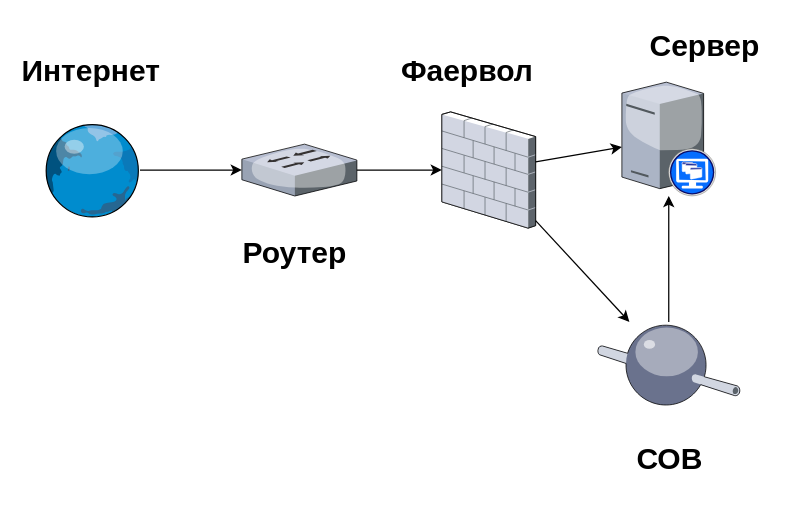
The draw.io diagram Диаграмма без названия.drawio in 1DeMeNToR1/RocketModUpdater_32, before the edit. Source tidied: cells renumbered, new cells numbered last; positions are measured from the earlier drawing's top-left corner, leaving out a move shared by most shapes. Both pictures are drawn from the tidied source at 125%, with x=0, y=0 at pixel (28, 21).
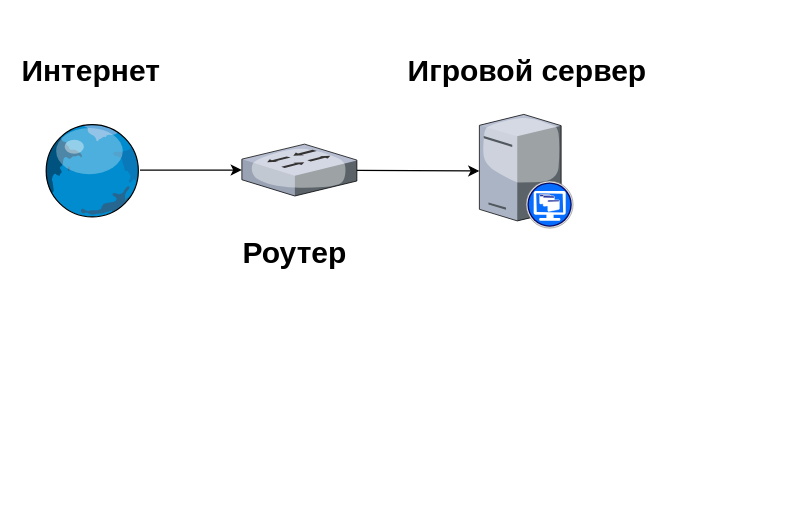
The same page after the edit.

The edit, as a diff of the source:
```diff
@@
 <mxGraphModel>
   <root>
     <mxCell id="0" />
     <mxCell id="1" parent="0" />
     <mxCell id="2" style="verticalLabelPosition=bottom;sketch=0;html=1;verticalAlign=top;strokeColor=none;align=center;outlineConnect=0;shape=mxgraph.citrix.globe;" parent="1" vertex="1">
       <mxGeometry x="11" y="81" width="78.5" height="75" as="geometry" />
     </mxCell>
     <mxCell id="3" style="verticalLabelPosition=bottom;sketch=0;html=1;verticalAlign=top;strokeColor=none;align=center;outlineConnect=0;shape=mxgraph.citrix.switch;" parent="1" vertex="1">
       <mxGeometry x="171" y="97.8" width="92" height="41.5" as="geometry" />
     </mxCell>
-    <mxCell id="4" style="verticalLabelPosition=bottom;sketch=0;html=1;verticalAlign=top;strokeColor=none;align=center;outlineConnect=0;shape=mxgraph.citrix.firewall;" parent="1" vertex="1">
-      <mxGeometry x="331" y="72" width="75" height="93" as="geometry" />
-    </mxCell>
-    <mxCell id="5" style="verticalLabelPosition=bottom;sketch=0;html=1;verticalAlign=top;strokeColor=none;align=center;outlineConnect=0;shape=mxgraph.citrix.middleware;" parent="1" vertex="1">
-      <mxGeometry x="455.5" y="240" width="114" height="68" as="geometry" />
-    </mxCell>
     <mxCell id="6" style="verticalLabelPosition=bottom;sketch=0;html=1;verticalAlign=top;strokeColor=none;align=center;outlineConnect=0;shape=mxgraph.citrix.xendesktop_server;" parent="1" vertex="1">
-      <mxGeometry x="475" y="48.2" width="75" height="91" as="geometry" />
+      <mxGeometry x="361" y="74" width="75" height="91" as="geometry" />
     </mxCell>
     <mxCell id="7" style="endArrow=classic;html=1;rounded=0;" parent="1" edge="1" source="2" target="3">
       <mxGeometry relative="1" as="geometry" />
     </mxCell>
-    <mxCell id="8" style="endArrow=classic;html=1;rounded=0;" parent="1" edge="1" source="4" target="5">
-      <mxGeometry relative="1" as="geometry" />
-    </mxCell>
-    <mxCell id="9" style="endArrow=classic;html=1;rounded=0;" parent="1" edge="1" source="3" target="4">
+    <mxCell id="9" style="endArrow=classic;html=1;rounded=0;" parent="1" edge="1" source="3" target="6">
       <mxGeometry relative="1" as="geometry" />
     </mxCell>
-    <mxCell id="10" style="endArrow=classic;html=1;rounded=0;" parent="1" edge="1" source="4" target="6">
-      <mxGeometry relative="1" as="geometry" />
-    </mxCell>
     <mxCell id="11" value="Интернет" style="text;strokeColor=none;fillColor=none;html=1;fontSize=24;fontStyle=1;verticalAlign=middle;align=center;" parent="1" vertex="1">
       <mxGeometry x="0.2" y="20" width="100" height="40" as="geometry" />
     </mxCell>
     <mxCell id="12" value="Роутер" style="text;strokeColor=none;fillColor=none;html=1;fontSize=24;fontStyle=1;verticalAlign=middle;align=center;" parent="1" vertex="1">
       <mxGeometry x="163" y="165" width="100" height="40" as="geometry" />
     </mxCell>
-    <mxCell id="13" value="Фаервол" style="text;strokeColor=none;fillColor=none;html=1;fontSize=24;fontStyle=1;verticalAlign=middle;align=center;" parent="1" vertex="1">
-      <mxGeometry x="301" y="20" width="100" height="40" as="geometry" />
-    </mxCell>
-    <mxCell id="14" value="СОВ" style="text;strokeColor=none;fillColor=none;html=1;fontSize=24;fontStyle=1;verticalAlign=middle;align=center;" parent="1" vertex="1">
-      <mxGeometry x="462.5" y="330" width="100" height="40" as="geometry" />
-    </mxCell>
-    <mxCell id="15" style="endArrow=classic;html=1;rounded=0;" parent="1" edge="1" source="5" target="6">
-      <mxGeometry relative="1" as="geometry" />
-    </mxCell>
-    <mxCell id="16" value="Сервер" style="text;strokeColor=none;fillColor=none;html=1;fontSize=24;fontStyle=1;verticalAlign=middle;align=center;" parent="1" vertex="1">
-      <mxGeometry x="491" width="100" height="40" as="geometry" />
+    <mxCell id="16" value="Игровой сервер" style="text;strokeColor=none;fillColor=none;html=1;fontSize=24;fontStyle=1;verticalAlign=middle;align=center;" parent="1" vertex="1">
+      <mxGeometry x="348.5" y="20" width="100" height="40" as="geometry" />
     </mxCell>
   </root>
 </mxGraphModel>
```
